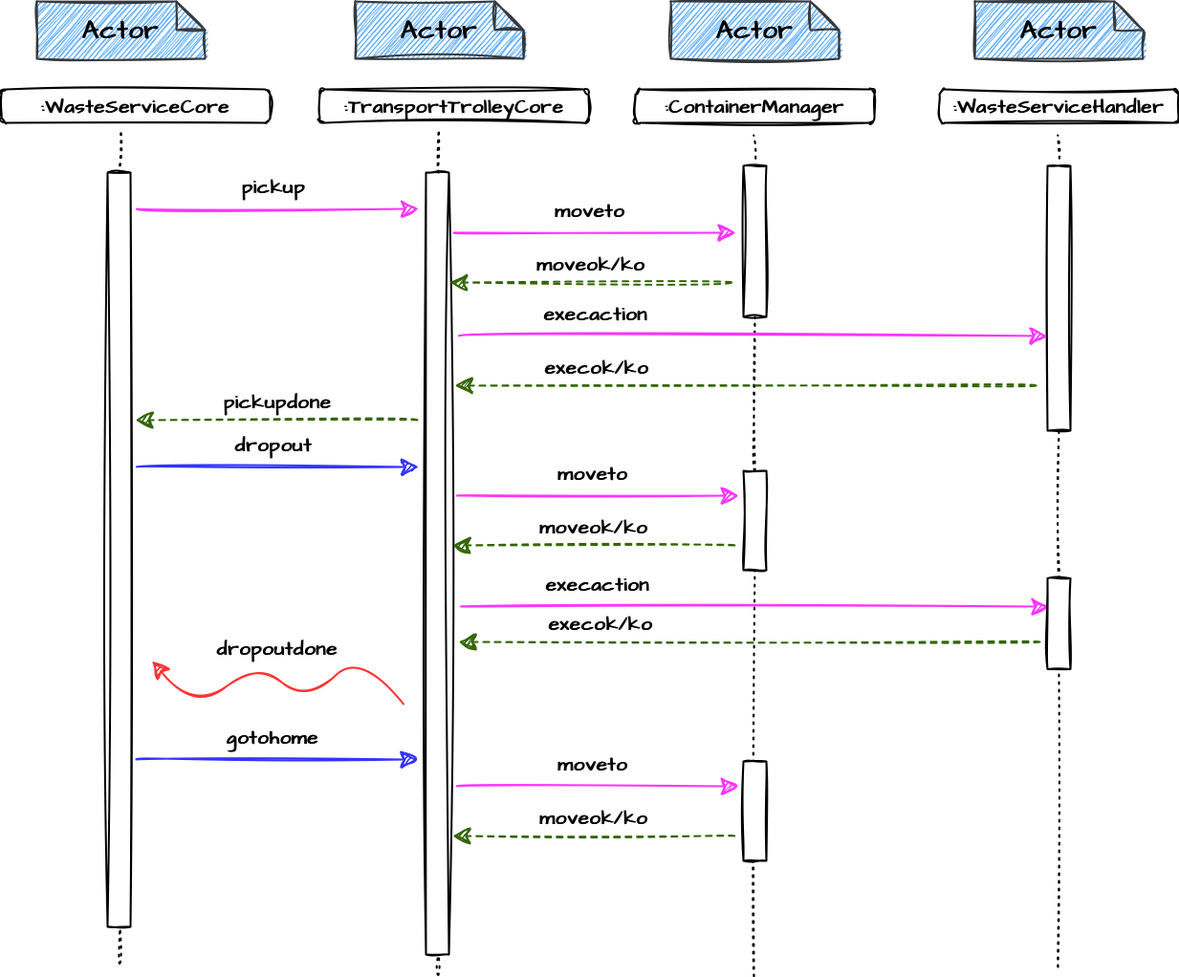
This is Sprint1/userDocs/resources/img/InteractionSchemaTTC.png from EnricoValastro/WasteService-Project, a draw.io export, as it was before one commit. Source tidied: cells renumbered, new cells last; positions are measured from the earlier drawing's top-left corner, leaving out a move shared by most shapes.
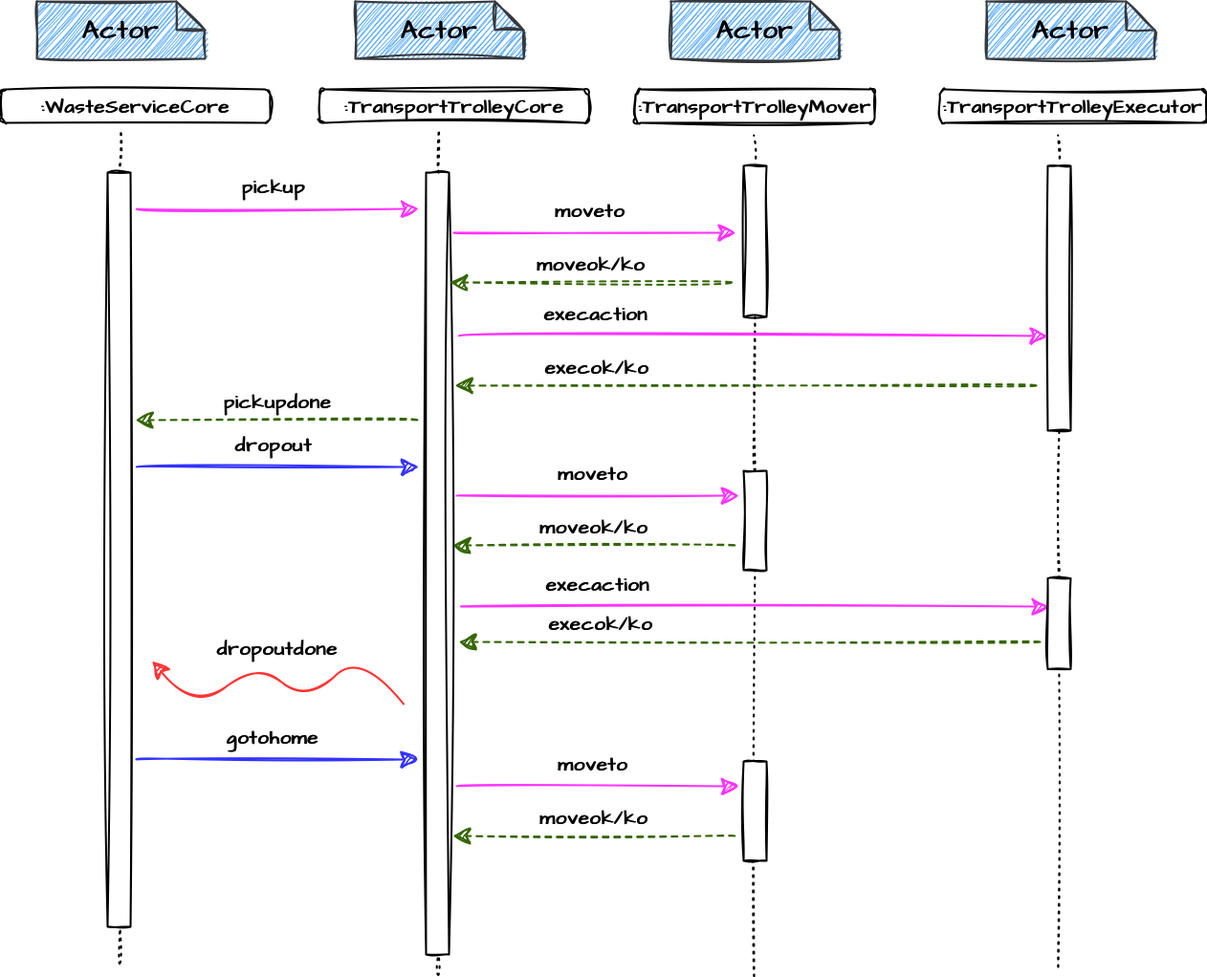
Later version of the same file.

The edit, as a diff of the source:
```diff
@@ -21,7 +21,7 @@
     <mxCell id="6" value="&lt;b style=&quot;font-size: 27px;&quot;&gt;Actor&lt;/b&gt;" style="shape=note;whiteSpace=wrap;html=1;backgroundOutline=1;darkOpacity=0.05;sketch=1;hachureGap=4;jiggle=2;strokeWidth=2;fontFamily=Architects Daughter;fontSource=https%3A%2F%2Ffonts.googleapis.com%2Fcss%3Ffamily%3DArchitects%2BDaughter;fontSize=20;fillColor=#66B2FF;strokeColor=#36393d;" parent="1" vertex="1">
       <mxGeometry x="37" width="176" height="60" as="geometry" />
     </mxCell>
-    <mxCell id="7" value="&lt;b&gt;:ContainerManager&lt;/b&gt;" style="rounded=1;whiteSpace=wrap;html=1;sketch=1;hachureGap=4;jiggle=2;fontFamily=Architects Daughter;fontSource=https%3A%2F%2Ffonts.googleapis.com%2Fcss%3Ffamily%3DArchitects%2BDaughter;fontSize=20;strokeWidth=2;" parent="1" vertex="1">
+    <mxCell id="7" value="&lt;b&gt;:TransportTrolleyMover&lt;/b&gt;" style="rounded=1;whiteSpace=wrap;html=1;sketch=1;hachureGap=4;jiggle=2;fontFamily=Architects Daughter;fontSource=https%3A%2F%2Ffonts.googleapis.com%2Fcss%3Ffamily%3DArchitects%2BDaughter;fontSize=20;strokeWidth=2;" parent="1" vertex="1">
       <mxGeometry x="663" y="92" width="250" height="35" as="geometry" />
     </mxCell>
     <mxCell id="8" value="&lt;b style=&quot;font-size: 27px;&quot;&gt;Actor&lt;/b&gt;" style="shape=note;whiteSpace=wrap;html=1;backgroundOutline=1;darkOpacity=0.05;sketch=1;hachureGap=4;jiggle=2;strokeWidth=2;fontFamily=Architects Daughter;fontSource=https%3A%2F%2Ffonts.googleapis.com%2Fcss%3Ffamily%3DArchitects%2BDaughter;fontSize=20;fillColor=#66B2FF;strokeColor=#36393d;" parent="1" vertex="1">
@@ -38,11 +38,11 @@
     <mxCell id="11" style="endArrow=none;dashed=1;html=1;dashPattern=1 3;strokeWidth=2;rounded=0;sketch=1;hachureGap=4;jiggle=2;fontFamily=Architects Daughter;fontSource=https%3A%2F%2Ffonts.googleapis.com%2Fcss%3Ffamily%3DArchitects%2BDaughter;fontSize=16;startSize=14;endSize=14;curved=1;startArrow=none;" parent="1" edge="1" source="40" target="10">
       <mxGeometry relative="1" as="geometry" />
     </mxCell>
-    <mxCell id="12" value="&lt;b&gt;:WasteServiceHandler&lt;/b&gt;" style="rounded=1;whiteSpace=wrap;html=1;sketch=1;hachureGap=4;jiggle=2;fontFamily=Architects Daughter;fontSource=https%3A%2F%2Ffonts.googleapis.com%2Fcss%3Ffamily%3DArchitects%2BDaughter;fontSize=20;strokeWidth=2;" parent="1" vertex="1">
-      <mxGeometry x="981" y="92" width="250" height="35" as="geometry" />
+    <mxCell id="12" value="&lt;b&gt;:TransportTrolleyExecutor&lt;/b&gt;" style="rounded=1;whiteSpace=wrap;html=1;sketch=1;hachureGap=4;jiggle=2;fontFamily=Architects Daughter;fontSource=https%3A%2F%2Ffonts.googleapis.com%2Fcss%3Ffamily%3DArchitects%2BDaughter;fontSize=20;strokeWidth=2;" parent="1" vertex="1">
+      <mxGeometry x="981" y="92" width="279" height="35" as="geometry" />
     </mxCell>
     <mxCell id="13" value="&lt;b style=&quot;font-size: 27px;&quot;&gt;Actor&lt;/b&gt;" style="shape=note;whiteSpace=wrap;html=1;backgroundOutline=1;darkOpacity=0.05;sketch=1;hachureGap=4;jiggle=2;strokeWidth=2;fontFamily=Architects Daughter;fontSource=https%3A%2F%2Ffonts.googleapis.com%2Fcss%3Ffamily%3DArchitects%2BDaughter;fontSize=20;fillColor=#66B2FF;strokeColor=#36393d;" parent="1" vertex="1">
-      <mxGeometry x="1018" width="176" height="60" as="geometry" />
+      <mxGeometry x="1030" width="176" height="60" as="geometry" />
     </mxCell>
     <mxCell id="14" style="endArrow=none;dashed=1;html=1;dashPattern=1 3;strokeWidth=2;rounded=0;sketch=1;hachureGap=4;jiggle=2;fontFamily=Architects Daughter;fontSource=https%3A%2F%2Ffonts.googleapis.com%2Fcss%3Ffamily%3DArchitects%2BDaughter;fontSize=16;startSize=14;endSize=14;targetPerimeterSpacing=8;curved=1;startArrow=none;" parent="1" edge="1" source="15">
       <mxGeometry relative="1" as="geometry">
```
